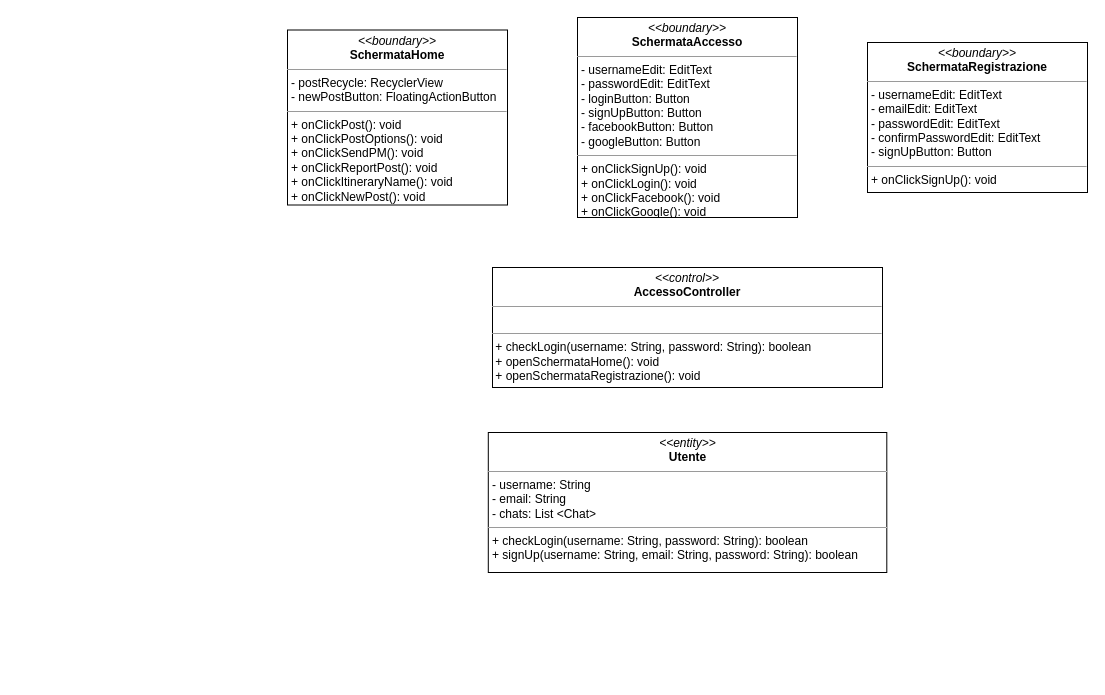
This is page "Effettua accesso + registrazione" (1 of 5) of docs/ECB.drawio from archer-65/natour-2122, a draw.io file, before an edit. Source tidied: cells renumbered, new cells numbered last; positions are measured from the earlier drawing's top-left corner, leaving out a move shared by most shapes. Both pictures are drawn from the tidied source at 100%, with x=0, y=0 at pixel (287, 17).
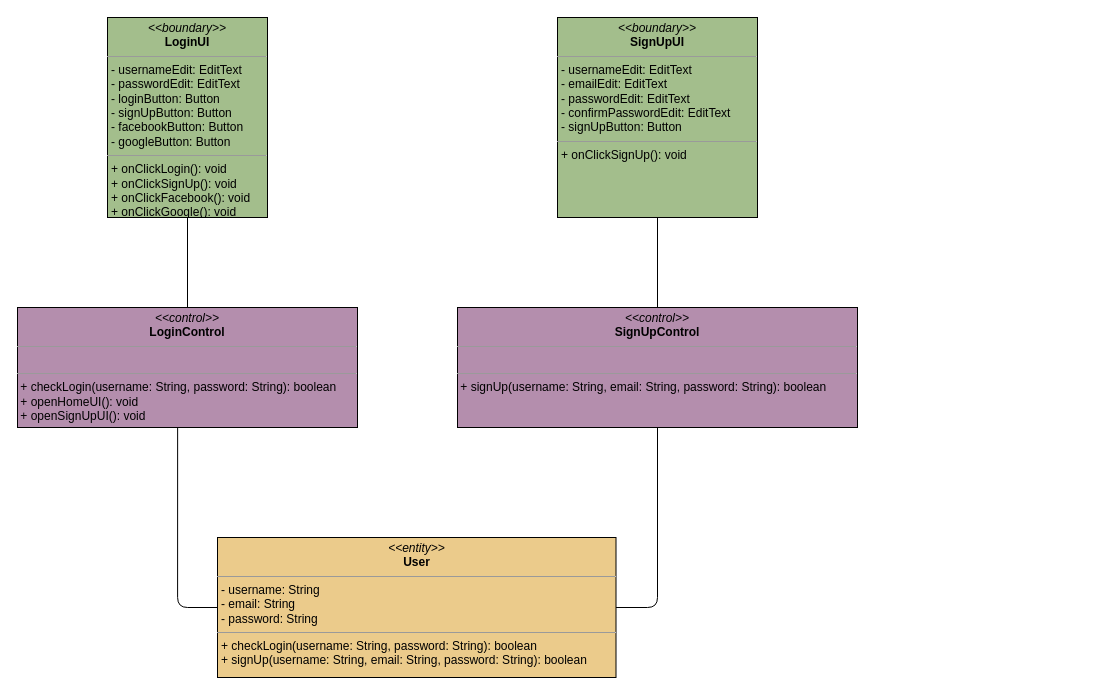
Above is the later version.

Commit message (it also covers changes not shown here):
Aggiornati EBC per Use-Case: - Chat - Autenticazione

What changed in the source:
```diff
@@
 <mxGraphModel>
   <root>
     <mxCell id="0" />
     <mxCell id="1" parent="0" />
+    <mxCell id="7" style="edgeStyle=orthogonalEdgeStyle;html=1;entryX=0.5;entryY=0;entryDx=0;entryDy=0;endArrow=none;endFill=0;exitX=0.5;exitY=1;exitDx=0;exitDy=0;rounded=0;" parent="1" edge="1" source="2" target="3">
+      <mxGeometry relative="1" as="geometry" />
+    </mxCell>
-    <mxCell id="2" value="&lt;p style=&quot;margin: 0px ; margin-top: 4px ; text-align: center&quot;&gt;&lt;i&gt;&amp;lt;&amp;lt;boundary&amp;gt;&amp;gt;&lt;/i&gt;&lt;br&gt;&lt;b&gt;SchermataAccesso&lt;/b&gt;&lt;/p&gt;&lt;hr size=&quot;1&quot;&gt;&lt;p style=&quot;margin: 0px ; margin-left: 4px&quot;&gt;- usernameEdit: EditText&lt;/p&gt;&lt;p style=&quot;margin: 0px ; margin-left: 4px&quot;&gt;- passwordEdit: EditText&lt;/p&gt;&lt;p style=&quot;margin: 0px ; margin-left: 4px&quot;&gt;- loginButton: Button&lt;/p&gt;&lt;p style=&quot;margin: 0px ; margin-left: 4px&quot;&gt;- signUpButton: Button&lt;/p&gt;&lt;p style=&quot;margin: 0px ; margin-left: 4px&quot;&gt;- facebookButton: Button&lt;/p&gt;&lt;p style=&quot;margin: 0px ; margin-left: 4px&quot;&gt;- googleButton: Button&lt;/p&gt;&lt;hr size=&quot;1&quot;&gt;&lt;p style=&quot;margin: 0px ; margin-left: 4px&quot;&gt;+ onClickSignUp(): void&amp;nbsp;&amp;nbsp;&lt;/p&gt;&lt;p style=&quot;margin: 0px ; margin-left: 4px&quot;&gt;+ onClickLogin(): void&lt;/p&gt;&lt;p style=&quot;margin: 0px ; margin-left: 4px&quot;&gt;+ onClickFacebook(): void&lt;/p&gt;&lt;p style=&quot;margin: 0px ; margin-left: 4px&quot;&gt;+ onClickGoogle(): void&lt;/p&gt;&lt;p style=&quot;margin: 0px ; margin-left: 4px&quot;&gt;&lt;br&gt;&lt;/p&gt;" style="verticalAlign=top;align=left;overflow=fill;fontSize=12;fontFamily=Helvetica;html=1;" parent="1" vertex="1">
-      <mxGeometry x="290" width="220" height="200" as="geometry" />
+    <mxCell id="2" value="&lt;p style=&quot;margin: 0px ; margin-top: 4px ; text-align: center&quot;&gt;&lt;i&gt;&amp;lt;&amp;lt;boundary&amp;gt;&amp;gt;&lt;/i&gt;&lt;br&gt;&lt;b&gt;LoginUI&lt;/b&gt;&lt;/p&gt;&lt;hr size=&quot;1&quot;&gt;&lt;p style=&quot;margin: 0px ; margin-left: 4px&quot;&gt;- usernameEdit: EditText&lt;/p&gt;&lt;p style=&quot;margin: 0px ; margin-left: 4px&quot;&gt;- passwordEdit: EditText&lt;/p&gt;&lt;p style=&quot;margin: 0px ; margin-left: 4px&quot;&gt;- loginButton: Button&lt;/p&gt;&lt;p style=&quot;margin: 0px ; margin-left: 4px&quot;&gt;- signUpButton: Button&lt;/p&gt;&lt;p style=&quot;margin: 0px ; margin-left: 4px&quot;&gt;- facebookButton: Button&lt;/p&gt;&lt;p style=&quot;margin: 0px ; margin-left: 4px&quot;&gt;- googleButton: Button&lt;/p&gt;&lt;hr size=&quot;1&quot;&gt;&lt;p style=&quot;margin: 0px ; margin-left: 4px&quot;&gt;+ onClickLogin(): void&lt;br&gt;&lt;/p&gt;&lt;p style=&quot;margin: 0px ; margin-left: 4px&quot;&gt;+ onClickSignUp(): void&amp;nbsp;&amp;nbsp;&lt;/p&gt;&lt;p style=&quot;margin: 0px ; margin-left: 4px&quot;&gt;+ onClickFacebook(): void&lt;/p&gt;&lt;p style=&quot;margin: 0px ; margin-left: 4px&quot;&gt;+ onClickGoogle(): void&lt;/p&gt;&lt;p style=&quot;margin: 0px ; margin-left: 4px&quot;&gt;&lt;br&gt;&lt;/p&gt;" style="verticalAlign=top;align=left;overflow=fill;fontSize=12;fontFamily=Helvetica;html=1;fillColor=#A3BE8C;" parent="1" vertex="1">
+      <mxGeometry x="-180" width="160" height="200" as="geometry" />
     </mxCell>
+    <mxCell id="8" style="edgeStyle=orthogonalEdgeStyle;rounded=1;html=1;endArrow=none;endFill=0;entryX=0;entryY=0.5;entryDx=0;entryDy=0;exitX=0.471;exitY=1.001;exitDx=0;exitDy=0;exitPerimeter=0;" parent="1" edge="1" source="3" target="6">
+      <mxGeometry relative="1" as="geometry">
+        <Array as="points">
+          <mxPoint x="-110" y="590" />
+        </Array>
+      </mxGeometry>
+    </mxCell>
-    <mxCell id="3" value="&lt;p style=&quot;margin: 0px ; margin-top: 4px ; text-align: center&quot;&gt;&lt;i&gt;&amp;lt;&amp;lt;control&amp;gt;&amp;gt;&lt;/i&gt;&lt;br&gt;&lt;b&gt;AccessoController&lt;/b&gt;&lt;/p&gt;&lt;hr size=&quot;1&quot;&gt;&lt;p style=&quot;margin: 0px ; margin-left: 4px&quot;&gt;&lt;br&gt;&lt;/p&gt;&lt;hr size=&quot;1&quot;&gt;&lt;p style=&quot;margin: 0px ; margin-left: 4px&quot;&gt;&lt;/p&gt;&amp;nbsp;+&amp;nbsp;&lt;span&gt;checkLogin(&lt;/span&gt;username: String, password: String&lt;span&gt;): boolean&lt;br&gt;&lt;/span&gt;&lt;span&gt;&amp;nbsp;+ openSchermataHome(): void&lt;br&gt;&amp;nbsp;+ openSchermataRegistrazione(): void&lt;br&gt;&lt;/span&gt;" style="verticalAlign=top;align=left;overflow=fill;fontSize=12;fontFamily=Helvetica;html=1;" parent="1" vertex="1">
-      <mxGeometry x="205" y="250" width="390" height="120" as="geometry" />
+    <mxCell id="3" value="&lt;p style=&quot;margin: 0px ; margin-top: 4px ; text-align: center&quot;&gt;&lt;i&gt;&amp;lt;&amp;lt;control&amp;gt;&amp;gt;&lt;/i&gt;&lt;br&gt;&lt;b&gt;LoginControl&lt;/b&gt;&lt;/p&gt;&lt;hr size=&quot;1&quot;&gt;&lt;p style=&quot;margin: 0px ; margin-left: 4px&quot;&gt;&lt;br&gt;&lt;/p&gt;&lt;hr size=&quot;1&quot;&gt;&lt;p style=&quot;margin: 0px ; margin-left: 4px&quot;&gt;&lt;/p&gt;&amp;nbsp;+&amp;nbsp;&lt;span&gt;checkLogin(&lt;/span&gt;username: String, password: String&lt;span&gt;): boolean&lt;br&gt;&lt;/span&gt;&lt;span&gt;&amp;nbsp;+ openHomeUI(): void&lt;br&gt;&amp;nbsp;+ openSignUpUI(): void&lt;br&gt;&lt;/span&gt;" style="verticalAlign=top;align=left;overflow=fill;fontSize=12;fontFamily=Helvetica;html=1;labelBorderColor=none;fillColor=#B48EAD;" parent="1" vertex="1">
+      <mxGeometry x="-270" y="290" width="340" height="120" as="geometry" />
     </mxCell>
-    <mxCell id="4" value="&lt;p style=&quot;margin: 0px ; margin-top: 4px ; text-align: center&quot;&gt;&lt;i&gt;&amp;lt;&amp;lt;boundary&amp;gt;&amp;gt;&lt;/i&gt;&lt;br&gt;&lt;b&gt;SchermataHome&lt;/b&gt;&lt;/p&gt;&lt;hr size=&quot;1&quot;&gt;&lt;p style=&quot;margin: 0px ; margin-left: 4px&quot;&gt;- postRecycle: RecyclerView&lt;/p&gt;&lt;p style=&quot;margin: 0px ; margin-left: 4px&quot;&gt;- newPostButton: FloatingActionButton&lt;/p&gt;&lt;hr size=&quot;1&quot;&gt;&lt;p style=&quot;margin: 0px ; margin-left: 4px&quot;&gt;+ onClickPost(): void&lt;/p&gt;&lt;p style=&quot;margin: 0px ; margin-left: 4px&quot;&gt;+ onClickPostOptions(): void&lt;/p&gt;&lt;p style=&quot;margin: 0px ; margin-left: 4px&quot;&gt;+ onClickSendPM(): void&lt;/p&gt;&lt;p style=&quot;margin: 0px ; margin-left: 4px&quot;&gt;+ onClickReportPost(): void&lt;/p&gt;&lt;p style=&quot;margin: 0px ; margin-left: 4px&quot;&gt;+ onClickItineraryName(): void&lt;/p&gt;&lt;p style=&quot;margin: 0px ; margin-left: 4px&quot;&gt;+ onClickNewPost(): void&lt;span&gt;&amp;nbsp;&lt;/span&gt;&lt;/p&gt;&lt;p style=&quot;margin: 0px ; margin-left: 4px&quot;&gt;&lt;br&gt;&lt;/p&gt;" style="verticalAlign=top;align=left;overflow=fill;fontSize=12;fontFamily=Helvetica;html=1;" parent="1" vertex="1">
-      <mxGeometry y="12.5" width="220" height="175" as="geometry" />
-    </mxCell>
+    <mxCell id="9" style="edgeStyle=orthogonalEdgeStyle;rounded=0;html=1;endArrow=none;endFill=0;" parent="1" edge="1" source="5" target="11">
+      <mxGeometry relative="1" as="geometry" />
+    </mxCell>
-    <mxCell id="5" value="&lt;p style=&quot;margin: 0px ; margin-top: 4px ; text-align: center&quot;&gt;&lt;i&gt;&amp;lt;&amp;lt;boundary&amp;gt;&amp;gt;&lt;/i&gt;&lt;br&gt;&lt;b&gt;SchermataRegistrazione&lt;/b&gt;&lt;/p&gt;&lt;hr size=&quot;1&quot;&gt;&lt;p style=&quot;margin: 0px ; margin-left: 4px&quot;&gt;- usernameEdit: EditText&lt;span&gt;&lt;br&gt;&lt;/span&gt;&lt;/p&gt;&lt;p style=&quot;margin: 0px ; margin-left: 4px&quot;&gt;&lt;span&gt;- emailEdit: EditText&lt;/span&gt;&lt;/p&gt;&lt;p style=&quot;margin: 0px ; margin-left: 4px&quot;&gt;- passwordEdit: EditText&lt;/p&gt;&lt;p style=&quot;margin: 0px 0px 0px 4px&quot;&gt;- confirmPasswordEdit: EditText&lt;/p&gt;&lt;p style=&quot;margin: 0px ; margin-left: 4px&quot;&gt;- signUpButton: Button&lt;/p&gt;&lt;hr size=&quot;1&quot;&gt;&lt;p style=&quot;margin: 0px ; margin-left: 4px&quot;&gt;+ onClickSignUp(): void&lt;/p&gt;" style="verticalAlign=top;align=left;overflow=fill;fontSize=12;fontFamily=Helvetica;html=1;" parent="1" vertex="1">
-      <mxGeometry x="580" y="25" width="220" height="150" as="geometry" />
+    <mxCell id="5" value="&lt;p style=&quot;margin: 0px ; margin-top: 4px ; text-align: center&quot;&gt;&lt;i&gt;&amp;lt;&amp;lt;boundary&amp;gt;&amp;gt;&lt;/i&gt;&lt;br&gt;&lt;b&gt;SignUpUI&lt;/b&gt;&lt;/p&gt;&lt;hr size=&quot;1&quot;&gt;&lt;p style=&quot;margin: 0px ; margin-left: 4px&quot;&gt;- usernameEdit: EditText&lt;span&gt;&lt;br&gt;&lt;/span&gt;&lt;/p&gt;&lt;p style=&quot;margin: 0px ; margin-left: 4px&quot;&gt;&lt;span&gt;- emailEdit: EditText&lt;/span&gt;&lt;/p&gt;&lt;p style=&quot;margin: 0px ; margin-left: 4px&quot;&gt;- passwordEdit: EditText&lt;/p&gt;&lt;p style=&quot;margin: 0px 0px 0px 4px&quot;&gt;- confirmPasswordEdit: EditText&lt;/p&gt;&lt;p style=&quot;margin: 0px ; margin-left: 4px&quot;&gt;- signUpButton: Button&lt;/p&gt;&lt;hr size=&quot;1&quot;&gt;&lt;p style=&quot;margin: 0px ; margin-left: 4px&quot;&gt;+ onClickSignUp(): void&lt;/p&gt;" style="verticalAlign=top;align=left;overflow=fill;fontSize=12;fontFamily=Helvetica;html=1;fillColor=#A3BE8C;" parent="1" vertex="1">
+      <mxGeometry x="270" width="200" height="200" as="geometry" />
     </mxCell>
-    <mxCell id="6" value="&lt;p style=&quot;margin: 0px ; margin-top: 4px ; text-align: center&quot;&gt;&lt;i&gt;&amp;lt;&amp;lt;entity&amp;gt;&amp;gt;&lt;/i&gt;&lt;br&gt;&lt;b&gt;Utente&lt;/b&gt;&lt;/p&gt;&lt;hr size=&quot;1&quot;&gt;&lt;p style=&quot;margin: 0px ; margin-left: 4px&quot;&gt;- username: String&lt;br&gt;- email: String&lt;/p&gt;&lt;p style=&quot;margin: 0px ; margin-left: 4px&quot;&gt;- chats: List &amp;lt;Chat&amp;gt;&lt;/p&gt;&lt;hr size=&quot;1&quot;&gt;&lt;p style=&quot;margin: 0px 0px 0px 4px&quot;&gt;+&amp;nbsp;checkLogin(username: String, password: String): boolean&lt;span&gt;&amp;nbsp;&lt;/span&gt;&lt;/p&gt;&lt;p style=&quot;margin: 0px ; margin-left: 4px&quot;&gt;+ signUp(username: String, email: String, password: String): boolean&lt;/p&gt;" style="verticalAlign=top;align=left;overflow=fill;fontSize=12;fontFamily=Helvetica;html=1;" parent="1" vertex="1">
-      <mxGeometry x="200.8" y="415" width="398.5" height="140" as="geometry" />
+    <mxCell id="6" value="&lt;p style=&quot;margin: 0px ; margin-top: 4px ; text-align: center&quot;&gt;&lt;i&gt;&amp;lt;&amp;lt;entity&amp;gt;&amp;gt;&lt;/i&gt;&lt;br&gt;&lt;b&gt;User&lt;/b&gt;&lt;/p&gt;&lt;hr size=&quot;1&quot;&gt;&lt;p style=&quot;margin: 0px ; margin-left: 4px&quot;&gt;- username: String&lt;br&gt;- email: String&lt;/p&gt;&lt;p style=&quot;margin: 0px ; margin-left: 4px&quot;&gt;- password: String&lt;/p&gt;&lt;hr size=&quot;1&quot;&gt;&lt;p style=&quot;margin: 0px 0px 0px 4px&quot;&gt;+&amp;nbsp;checkLogin(username: String, password: String): boolean&lt;span&gt;&amp;nbsp;&lt;/span&gt;&lt;/p&gt;&lt;p style=&quot;margin: 0px ; margin-left: 4px&quot;&gt;+ signUp(username: String, email: String, password: String): boolean&lt;/p&gt;" style="verticalAlign=top;align=left;overflow=fill;fontSize=12;fontFamily=Helvetica;html=1;fillColor=#EBCB8B;" parent="1" vertex="1">
+      <mxGeometry x="-70" y="520" width="398.5" height="140" as="geometry" />
     </mxCell>
+    <mxCell id="10" style="edgeStyle=orthogonalEdgeStyle;rounded=1;html=1;endArrow=none;endFill=0;entryX=1;entryY=0.5;entryDx=0;entryDy=0;exitX=0.5;exitY=1;exitDx=0;exitDy=0;" parent="1" edge="1" source="11" target="6">
+      <mxGeometry relative="1" as="geometry">
+        <Array as="points">
+          <mxPoint x="370" y="410" />
+          <mxPoint x="370" y="590" />
+        </Array>
+      </mxGeometry>
+    </mxCell>
+    <mxCell id="11" value="&lt;p style=&quot;margin: 0px ; margin-top: 4px ; text-align: center&quot;&gt;&lt;i&gt;&amp;lt;&amp;lt;control&amp;gt;&amp;gt;&lt;/i&gt;&lt;br&gt;&lt;b&gt;SignUpControl&lt;/b&gt;&lt;/p&gt;&lt;hr size=&quot;1&quot;&gt;&lt;p style=&quot;margin: 0px ; margin-left: 4px&quot;&gt;&lt;br&gt;&lt;/p&gt;&lt;hr size=&quot;1&quot;&gt;&lt;p style=&quot;margin: 0px ; margin-left: 4px&quot;&gt;&lt;/p&gt;&amp;nbsp;+ signUp&lt;span&gt;(&lt;/span&gt;username: String, email: String, password: String&lt;span&gt;): boolean&lt;/span&gt;&lt;span&gt;&lt;br&gt;&lt;/span&gt;" style="verticalAlign=top;align=left;overflow=fill;fontSize=12;fontFamily=Helvetica;html=1;labelBorderColor=none;sketch=0;shadow=0;glass=0;rounded=0;fillColor=#B48EAD;" parent="1" vertex="1">
+      <mxGeometry x="170" y="290" width="400" height="120" as="geometry" />
+    </mxCell>
   </root>
 </mxGraphModel>
```
